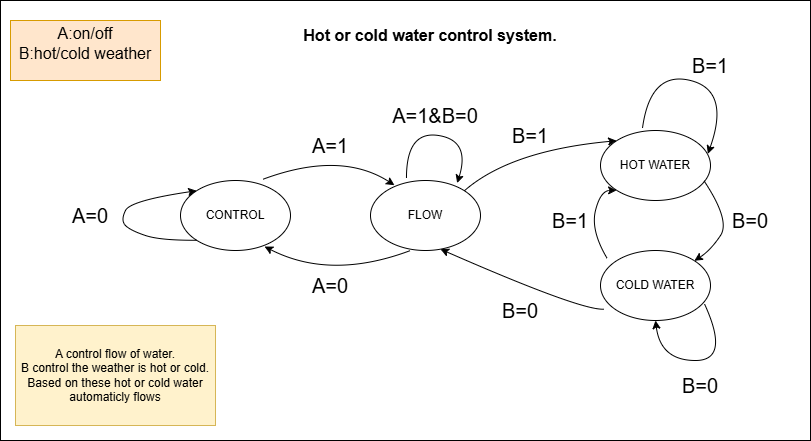
onurnturan/Home-Automation-System keeps this draw.io diagram as sequential_state_diagram/hot_cold_water.png. Above is the earlier version. Source tidied: cells renumbered, new cells last; positions are measured from the earlier drawing's top-left corner, leaving out a move shared by most shapes.
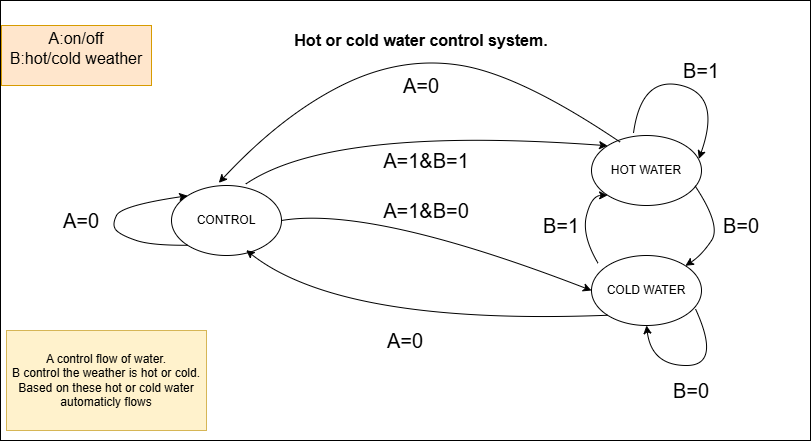
After the commit.

The edit, as a diff of the source:
```diff
@@ -3,14 +3,11 @@
     <mxCell id="0" />
     <mxCell id="1" parent="0" />
     <mxCell id="2" style="rounded=0;whiteSpace=wrap;html=1;" parent="1" vertex="1">
-      <mxGeometry width="810" height="440" as="geometry" />
+      <mxGeometry x="9" y="-5" width="810" height="440" as="geometry" />
     </mxCell>
     <mxCell id="3" value="CONTROL" style="ellipse;whiteSpace=wrap;html=1;" parent="1" vertex="1">
       <mxGeometry x="180" y="180" width="110" height="70" as="geometry" />
     </mxCell>
-    <mxCell id="4" value="FLOW" style="ellipse;whiteSpace=wrap;html=1;" parent="1" vertex="1">
-      <mxGeometry x="370" y="180" width="110" height="70" as="geometry" />
-    </mxCell>
     <mxCell id="5" value="HOT WATER" style="ellipse;whiteSpace=wrap;html=1;" parent="1" vertex="1">
       <mxGeometry x="600" y="130" width="110" height="70" as="geometry" />
     </mxCell>
@@ -27,36 +24,6 @@
         </Array>
       </mxGeometry>
     </mxCell>
-    <mxCell id="8" style="curved=1;endArrow=classic;html=1;rounded=0;entryX=0.218;entryY=0.067;entryDx=0;entryDy=0;entryPerimeter=0;exitX=0.752;exitY=-0.019;exitDx=0;exitDy=0;exitPerimeter=0;" parent="1" edge="1" source="3" target="4">
-      <mxGeometry relative="1" as="geometry">
-        <Array as="points">
-          <mxPoint x="340" y="150" />
-        </Array>
-      </mxGeometry>
-    </mxCell>
-    <mxCell id="9" style="curved=1;endArrow=classic;html=1;rounded=0;entryX=0.764;entryY=0.943;entryDx=0;entryDy=0;entryPerimeter=0;" parent="1" edge="1" target="3">
-      <mxGeometry relative="1" as="geometry">
-        <mxPoint x="410" y="250" as="sourcePoint" />
-        <Array as="points">
-          <mxPoint x="330" y="280" />
-        </Array>
-      </mxGeometry>
-    </mxCell>
-    <mxCell id="10" style="curved=1;endArrow=classic;html=1;rounded=0;exitX=0.327;exitY=-0.038;exitDx=0;exitDy=0;exitPerimeter=0;entryX=0.788;entryY=0.038;entryDx=0;entryDy=0;entryPerimeter=0;" parent="1" edge="1" source="4" target="4">
-      <mxGeometry relative="1" as="geometry">
-        <Array as="points">
-          <mxPoint x="406" y="130" />
-          <mxPoint x="470" y="140" />
-        </Array>
-      </mxGeometry>
-    </mxCell>
-    <mxCell id="11" style="curved=1;endArrow=classic;html=1;rounded=0;entryX=0;entryY=0;entryDx=0;entryDy=0;exitX=1;exitY=0;exitDx=0;exitDy=0;" parent="1" edge="1" source="4" target="5">
-      <mxGeometry relative="1" as="geometry">
-        <Array as="points">
-          <mxPoint x="510" y="150" />
-        </Array>
-      </mxGeometry>
-    </mxCell>
     <mxCell id="12" style="curved=1;endArrow=classic;html=1;rounded=0;exitX=0.382;exitY=-0.038;exitDx=0;exitDy=0;exitPerimeter=0;entryX=0.976;entryY=0.333;entryDx=0;entryDy=0;entryPerimeter=0;" parent="1" edge="1" source="5" target="5">
       <mxGeometry relative="1" as="geometry">
         <Array as="points">
@@ -81,13 +48,6 @@
         </Array>
       </mxGeometry>
     </mxCell>
-    <mxCell id="15" style="curved=1;endArrow=classic;html=1;rounded=0;entryX=0.636;entryY=0.981;entryDx=0;entryDy=0;entryPerimeter=0;exitX=0.03;exitY=0.838;exitDx=0;exitDy=0;exitPerimeter=0;" parent="1" edge="1" source="6" target="4">
-      <mxGeometry relative="1" as="geometry">
-        <Array as="points">
-          <mxPoint x="580" y="310" />
-        </Array>
-      </mxGeometry>
-    </mxCell>
     <mxCell id="16" style="curved=1;endArrow=classic;html=1;rounded=0;exitX=0.945;exitY=0.762;exitDx=0;exitDy=0;exitPerimeter=0;entryX=0.5;entryY=1;entryDx=0;entryDy=0;" parent="1" edge="1" source="6" target="6">
       <mxGeometry relative="1" as="geometry">
         <Array as="points">
@@ -102,27 +62,15 @@
     <mxCell id="18" value="&lt;font style=&quot;font-size: 20px;&quot;&gt;A=0&lt;/font&gt;" style="text;html=1;align=center;verticalAlign=middle;whiteSpace=wrap;rounded=0;" parent="1" vertex="1">
       <mxGeometry x="80" y="205" width="20" height="20" as="geometry" />
     </mxCell>
-    <mxCell id="19" value="&lt;font style=&quot;font-size: 20px;&quot;&gt;A=1&lt;/font&gt;" style="text;html=1;align=center;verticalAlign=middle;whiteSpace=wrap;rounded=0;" parent="1" vertex="1">
-      <mxGeometry x="320" y="130" width="20" height="30" as="geometry" />
-    </mxCell>
-    <mxCell id="20" value="&lt;font style=&quot;font-size: 20px;&quot;&gt;A=1&amp;amp;B=0&lt;/font&gt;" style="text;html=1;align=center;verticalAlign=middle;whiteSpace=wrap;rounded=0;" parent="1" vertex="1">
-      <mxGeometry x="390" y="100" width="90" height="30" as="geometry" />
+    <mxCell id="20" value="&lt;font style=&quot;font-size: 20px;&quot;&gt;A=1&amp;amp;B=1&lt;/font&gt;" style="text;html=1;align=center;verticalAlign=middle;whiteSpace=wrap;rounded=0;" parent="1" vertex="1">
+      <mxGeometry x="390" y="140" width="90" height="30" as="geometry" />
     </mxCell>
-    <mxCell id="21" value="&lt;font style=&quot;font-size: 20px;&quot;&gt;A=0&lt;/font&gt;" style="text;html=1;align=center;verticalAlign=middle;whiteSpace=wrap;rounded=0;" parent="1" vertex="1">
-      <mxGeometry x="320" y="275" width="20" height="20" as="geometry" />
-    </mxCell>
-    <mxCell id="22" value="&lt;font style=&quot;font-size: 20px;&quot;&gt;B=1&lt;/font&gt;" style="text;html=1;align=center;verticalAlign=middle;whiteSpace=wrap;rounded=0;" parent="1" vertex="1">
-      <mxGeometry x="520" y="120" width="20" height="30" as="geometry" />
-    </mxCell>
     <mxCell id="23" value="&lt;font style=&quot;font-size: 20px;&quot;&gt;B=1&lt;/font&gt;" style="text;html=1;align=center;verticalAlign=middle;whiteSpace=wrap;rounded=0;" parent="1" vertex="1">
       <mxGeometry x="700" y="50" width="20" height="30" as="geometry" />
     </mxCell>
     <mxCell id="24" value="&lt;font style=&quot;font-size: 20px;&quot;&gt;B=0&lt;/font&gt;" style="text;html=1;align=center;verticalAlign=middle;whiteSpace=wrap;rounded=0;" parent="1" vertex="1">
       <mxGeometry x="740" y="205" width="20" height="30" as="geometry" />
     </mxCell>
-    <mxCell id="25" value="&lt;font style=&quot;font-size: 20px;&quot;&gt;B=0&lt;/font&gt;" style="text;html=1;align=center;verticalAlign=middle;whiteSpace=wrap;rounded=0;" parent="1" vertex="1">
-      <mxGeometry x="510" y="295" width="20" height="30" as="geometry" />
-    </mxCell>
     <mxCell id="26" value="&lt;font style=&quot;font-size: 20px;&quot;&gt;B=1&lt;/font&gt;" style="text;html=1;align=center;verticalAlign=middle;whiteSpace=wrap;rounded=0;" parent="1" vertex="1">
       <mxGeometry x="560" y="205" width="20" height="30" as="geometry" />
     </mxCell>
@@ -141,5 +89,44 @@
     <mxCell id="31" value="&lt;font style=&quot;font-size: 16px;&quot;&gt;&lt;b&gt;Hot or cold water control system.&lt;/b&gt;&lt;/font&gt;" style="text;html=1;align=center;verticalAlign=middle;whiteSpace=wrap;rounded=0;" parent="1" vertex="1">
       <mxGeometry x="290" y="20" width="280" height="30" as="geometry" />
     </mxCell>
+    <mxCell id="32" style="curved=1;endArrow=classic;html=1;rounded=0;entryX=0;entryY=0;entryDx=0;entryDy=0;exitX=0.673;exitY=-0.019;exitDx=0;exitDy=0;exitPerimeter=0;" parent="1" edge="1" source="3" target="5">
+      <mxGeometry relative="1" as="geometry">
+        <Array as="points">
+          <mxPoint x="340" y="120" />
+        </Array>
+      </mxGeometry>
+    </mxCell>
+    <mxCell id="33" style="curved=1;endArrow=classic;html=1;rounded=0;entryX=0;entryY=0.5;entryDx=0;entryDy=0;exitX=1;exitY=0.5;exitDx=0;exitDy=0;" parent="1" edge="1" source="3" target="6">
+      <mxGeometry relative="1" as="geometry">
+        <Array as="points">
+          <mxPoint x="380" y="200" />
+        </Array>
+      </mxGeometry>
+    </mxCell>
+    <mxCell id="34" value="&lt;font style=&quot;font-size: 20px;&quot;&gt;A=1&amp;amp;B=0&lt;/font&gt;" style="text;html=1;align=center;verticalAlign=middle;whiteSpace=wrap;rounded=0;" parent="1" vertex="1">
+      <mxGeometry x="405" y="190" width="60" height="30" as="geometry" />
+    </mxCell>
+    <mxCell id="35" style="curved=1;endArrow=classic;html=1;rounded=0;exitX=0.261;exitY=0.095;exitDx=0;exitDy=0;exitPerimeter=0;entryX=0.43;entryY=-0.038;entryDx=0;entryDy=0;entryPerimeter=0;" parent="1" edge="1" source="5" target="3">
+      <mxGeometry relative="1" as="geometry">
+        <Array as="points">
+          <mxPoint x="530" y="70" />
+          <mxPoint x="410" y="50" />
+          <mxPoint x="290" y="110" />
+        </Array>
+      </mxGeometry>
+    </mxCell>
+    <mxCell id="36" value="&lt;font style=&quot;font-size: 20px;&quot;&gt;A=0&lt;/font&gt;" style="text;html=1;align=center;verticalAlign=middle;whiteSpace=wrap;rounded=0;" parent="1" vertex="1">
+      <mxGeometry x="400" y="65" width="60" height="30" as="geometry" />
+    </mxCell>
+    <mxCell id="37" style="curved=1;endArrow=classic;html=1;rounded=0;exitX=0;exitY=1;exitDx=0;exitDy=0;entryX=0.679;entryY=0.924;entryDx=0;entryDy=0;entryPerimeter=0;" parent="1" edge="1" source="6" target="3">
+      <mxGeometry relative="1" as="geometry">
+        <Array as="points">
+          <mxPoint x="350" y="320" />
+        </Array>
+      </mxGeometry>
+    </mxCell>
+    <mxCell id="38" value="&lt;font style=&quot;font-size: 20px;&quot;&gt;A=0&lt;/font&gt;" style="text;html=1;align=center;verticalAlign=middle;whiteSpace=wrap;rounded=0;" parent="1" vertex="1">
+      <mxGeometry x="384" y="320" width="60" height="30" as="geometry" />
+    </mxCell>
   </root>
 </mxGraphModel>
```
